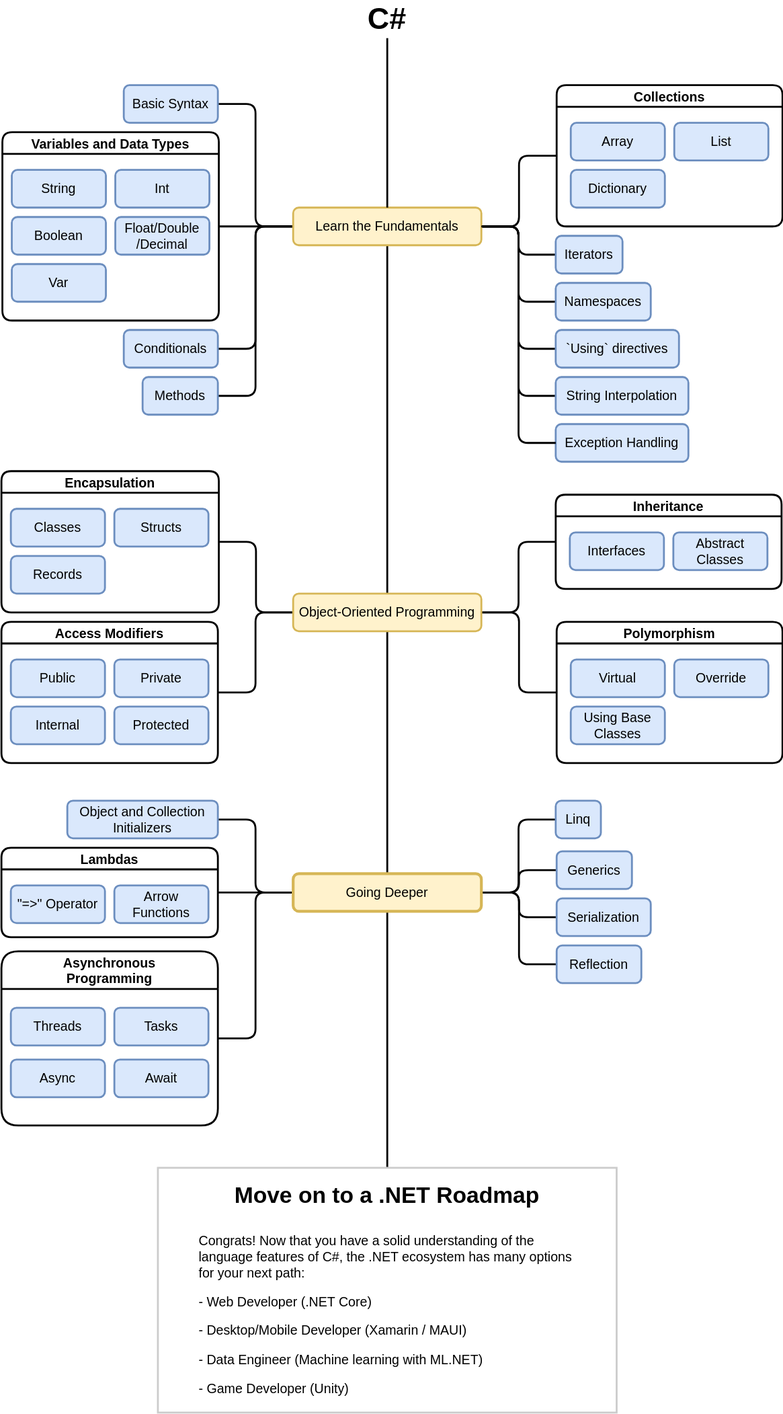
Before: csharp-roadmap.drawio.svg, a diagram exported from draw.io (gridlocdev/csharp-learning-roadmap). Source tidied: cells renumbered, new cells last; positions are measured from the earlier drawing's top-left corner, leaving out a move shared by most shapes.
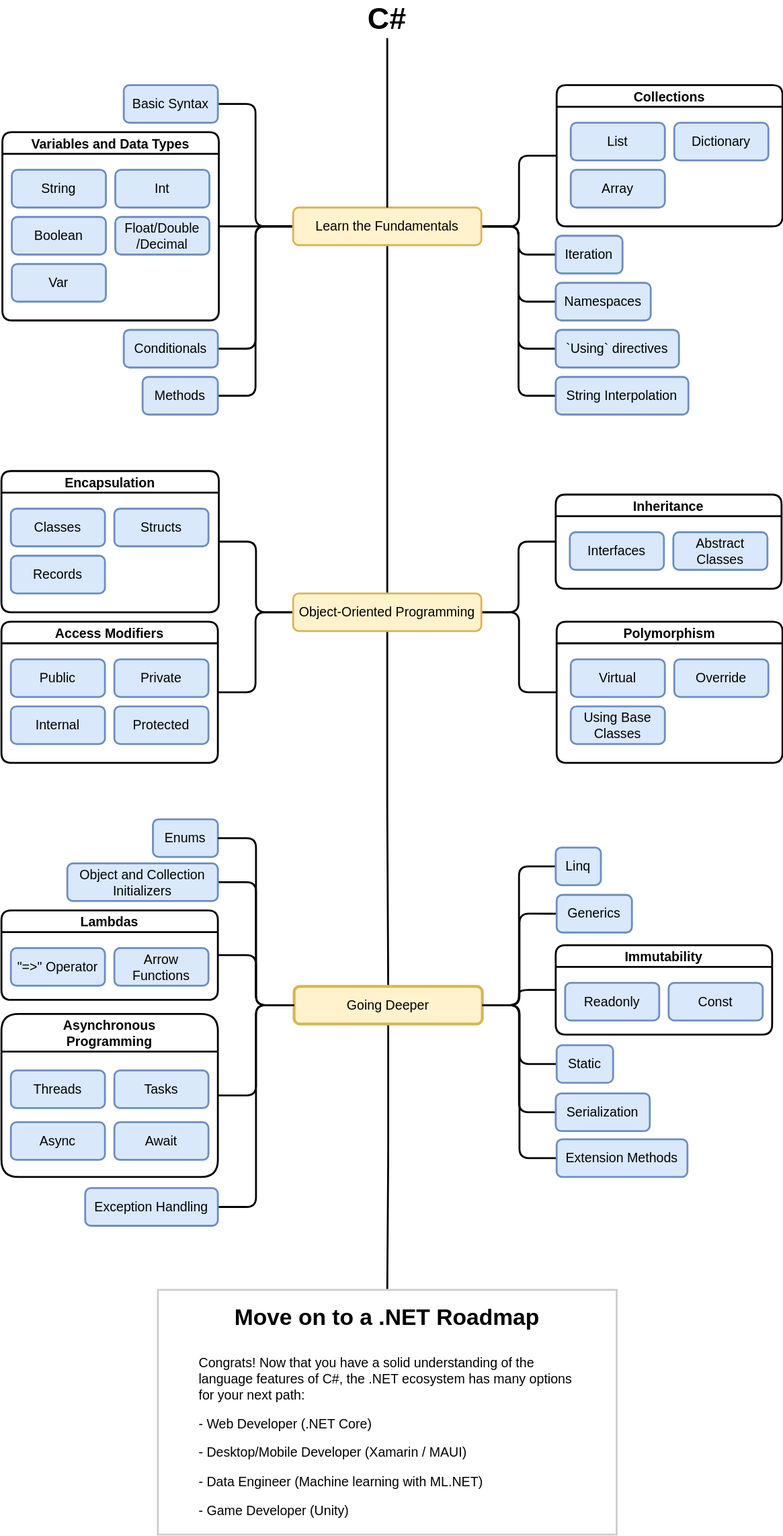
The same file after the commit.

Commit message:
Re-exported svg diagram with new changes

Diff of the diagram source:
```diff
@@ -41,7 +41,7 @@
     <mxCell id="14" value="&lt;div style=&quot;font-size: 32px&quot;&gt;&lt;font style=&quot;font-size: 32px&quot;&gt;&lt;b&gt;&lt;font style=&quot;font-size: 32px&quot;&gt;C#&lt;/font&gt;&lt;/b&gt;&lt;/font&gt;&lt;/div&gt;" style="text;html=1;strokeColor=none;fillColor=none;align=center;verticalAlign=middle;whiteSpace=wrap;rounded=0;fontSize=24;" parent="1" vertex="1">
       <mxGeometry x="375" width="70" height="40" as="geometry" />
     </mxCell>
-    <mxCell id="15" value="&lt;div style=&quot;font-size: 14px;&quot;&gt;Basic Syntax&lt;/div&gt;" style="rounded=1;whiteSpace=wrap;html=1;fillColor=#dae8fc;strokeColor=#6c8ebf;strokeWidth=2;fontSize=14;" parent="1" vertex="1">
+    <mxCell id="15" value="&lt;div style=&quot;font-size: 14px&quot;&gt;&lt;a href=&quot;https://docs.microsoft.com/en-us/dotnet/csharp/tour-of-csharp/tutorials/hello-world&quot;&gt;Basic Syntax&lt;/a&gt;&lt;/div&gt;" style="rounded=1;whiteSpace=wrap;html=1;fillColor=#dae8fc;strokeColor=#6c8ebf;strokeWidth=2;fontSize=14;" parent="1" vertex="1">
       <mxGeometry x="130" y="90" width="100" height="40" as="geometry" />
     </mxCell>
     <mxCell id="16" value="&lt;div style=&quot;font-size: 14px&quot;&gt;&lt;a href=&quot;https://docs.microsoft.com/en-us/dotnet/csharp/language-reference/statements/selection-statements&quot;&gt;Conditionals&lt;/a&gt;&lt;/div&gt;" style="rounded=1;whiteSpace=wrap;html=1;fillColor=#dae8fc;strokeColor=#6c8ebf;strokeWidth=2;fontSize=14;" parent="1" vertex="1">
@@ -53,18 +53,12 @@
     <mxCell id="18" value="&lt;a href=&quot;https://docs.microsoft.com/en-us/dotnet/csharp/fundamentals/types/namespaces&quot;&gt;Namespaces&lt;/a&gt;" style="rounded=1;whiteSpace=wrap;html=1;fillColor=#dae8fc;strokeColor=#6c8ebf;strokeWidth=2;fontSize=14;" parent="1" vertex="1">
       <mxGeometry x="589" y="300" width="101" height="40" as="geometry" />
     </mxCell>
-    <mxCell id="19" value="&lt;div style=&quot;font-size: 14px&quot;&gt;&lt;a href=&quot;https://docs.microsoft.com/en-us/dotnet/csharp/programming-guide/concepts/iterators&quot;&gt;Iterators&lt;/a&gt;&lt;/div&gt;" style="rounded=1;whiteSpace=wrap;html=1;fillColor=#dae8fc;strokeColor=#6c8ebf;strokeWidth=2;fontSize=14;" parent="1" vertex="1">
+    <mxCell id="19" value="&lt;div style=&quot;font-size: 14px&quot;&gt;&lt;a href=&quot;https://docs.microsoft.com/en-us/dotnet/csharp/programming-guide/concepts/iterators&quot;&gt;Iteration&lt;/a&gt;&lt;/div&gt;" style="rounded=1;whiteSpace=wrap;html=1;fillColor=#dae8fc;strokeColor=#6c8ebf;strokeWidth=2;fontSize=14;" parent="1" vertex="1">
       <mxGeometry x="589" y="250" width="71" height="40" as="geometry" />
     </mxCell>
     <mxCell id="20" value="&lt;div style=&quot;font-size: 14px&quot;&gt;&lt;a href=&quot;https://docs.microsoft.com/en-us/dotnet/csharp/language-reference/tokens/interpolated&quot;&gt;String Interpolation&lt;br style=&quot;font-size: 14px&quot;&gt;&lt;/a&gt;&lt;/div&gt;" style="rounded=1;whiteSpace=wrap;html=1;fillColor=#dae8fc;strokeColor=#6c8ebf;strokeWidth=2;fontSize=14;" parent="1" vertex="1">
       <mxGeometry x="589" y="400" width="141" height="40" as="geometry" />
     </mxCell>
-    <mxCell id="21" value="&lt;div style=&quot;font-size: 14px&quot;&gt;&lt;a href=&quot;https://docs.microsoft.com/en-us/dotnet/csharp/fundamentals/exceptions/exception-handling&quot;&gt;Exception Handling&lt;/a&gt;&lt;br style=&quot;font-size: 14px&quot;&gt;&lt;/div&gt;" style="rounded=1;whiteSpace=wrap;html=1;fillColor=#dae8fc;strokeColor=#6c8ebf;strokeWidth=2;fontSize=14;" parent="1" vertex="1">
-      <mxGeometry x="589" y="450" width="141" height="40" as="geometry" />
-    </mxCell>
-    <mxCell id="22" style="edgeStyle=orthogonalEdgeStyle;rounded=1;jettySize=auto;html=1;exitX=1;exitY=0.5;exitDx=0;exitDy=0;entryX=0;entryY=0.5;entryDx=0;entryDy=0;fontSize=14;endArrow=none;endFill=0;strokeWidth=2;" parent="1" edge="1" source="12" target="21">
-      <mxGeometry relative="1" as="geometry" />
-    </mxCell>
     <mxCell id="23" style="edgeStyle=orthogonalEdgeStyle;rounded=1;jettySize=auto;html=1;exitX=1;exitY=0.5;exitDx=0;exitDy=0;entryX=0;entryY=0.5;entryDx=0;entryDy=0;fontSize=14;endArrow=none;endFill=0;strokeWidth=2;" parent="1" edge="1" source="28" target="36">
       <mxGeometry relative="1" as="geometry" />
     </mxCell>
@@ -116,10 +110,10 @@
     <mxCell id="39" value="&lt;a href=&quot;https://docs.microsoft.com/en-us/dotnet/csharp/language-reference/keywords/base&quot;&gt;Using Base Classes&lt;/a&gt;" style="rounded=1;whiteSpace=wrap;html=1;fillColor=#dae8fc;strokeColor=#6c8ebf;strokeWidth=2;fontSize=14;" parent="36" vertex="1">
       <mxGeometry x="15" y="90" width="100" height="40" as="geometry" />
     </mxCell>
-    <mxCell id="40" style="edgeStyle=orthogonalEdgeStyle;rounded=1;jettySize=auto;html=1;exitX=0;exitY=0.5;exitDx=0;exitDy=0;entryX=1;entryY=0.5;entryDx=0;entryDy=0;fontSize=24;endArrow=none;endFill=0;strokeWidth=2;" parent="1" edge="1" source="48" target="50">
+    <mxCell id="40" style="edgeStyle=orthogonalEdgeStyle;rounded=1;jettySize=auto;html=1;entryX=1;entryY=0.5;entryDx=0;entryDy=0;fontSize=24;endArrow=none;endFill=0;strokeWidth=2;" parent="1" edge="1" source="48" target="50">
       <mxGeometry relative="1" as="geometry" />
     </mxCell>
-    <mxCell id="41" style="edgeStyle=orthogonalEdgeStyle;rounded=1;jettySize=auto;html=1;exitX=0;exitY=0.5;exitDx=0;exitDy=0;entryX=1;entryY=0.5;entryDx=0;entryDy=0;fontSize=24;endArrow=none;endFill=0;strokeWidth=2;" parent="1" edge="1" source="48" target="51">
+    <mxCell id="41" style="edgeStyle=orthogonalEdgeStyle;rounded=1;jettySize=auto;html=1;entryX=1;entryY=0.5;entryDx=0;entryDy=0;fontSize=24;endArrow=none;endFill=0;strokeWidth=2;" parent="1" edge="1" source="48" target="51">
       <mxGeometry relative="1" as="geometry" />
     </mxCell>
     <mxCell id="42" style="edgeStyle=orthogonalEdgeStyle;rounded=1;jettySize=auto;html=1;exitX=1;exitY=0.5;exitDx=0;exitDy=0;entryX=0;entryY=0.5;entryDx=0;entryDy=0;fontSize=24;endArrow=none;endFill=0;strokeWidth=2;" parent="1" edge="1" source="48" target="59">
@@ -137,20 +131,20 @@
     <mxCell id="46" style="edgeStyle=orthogonalEdgeStyle;rounded=1;jettySize=auto;html=1;exitX=1;exitY=0.5;exitDx=0;exitDy=0;entryX=0;entryY=0.5;entryDx=0;entryDy=0;endArrow=none;endFill=0;strokeWidth=2;" parent="1" edge="1" source="48" target="49">
       <mxGeometry relative="1" as="geometry" />
     </mxCell>
-    <mxCell id="47" style="edgeStyle=orthogonalEdgeStyle;rounded=1;jettySize=auto;html=1;exitX=0;exitY=0.5;exitDx=0;exitDy=0;entryX=1;entryY=0.5;entryDx=0;entryDy=0;endArrow=none;endFill=0;strokeWidth=2;" parent="1" edge="1" source="48" target="54">
+    <mxCell id="47" style="edgeStyle=orthogonalEdgeStyle;rounded=1;jettySize=auto;html=1;entryX=1;entryY=0.5;entryDx=0;entryDy=0;endArrow=none;endFill=0;strokeWidth=2;" parent="1" edge="1" source="48" target="54">
       <mxGeometry relative="1" as="geometry" />
     </mxCell>
     <mxCell id="48" value="&lt;font style=&quot;font-size: 14px&quot;&gt;Going Deeper&lt;/font&gt;" style="rounded=1;whiteSpace=wrap;html=1;fillColor=#fff2cc;strokeColor=#d6b656;strokeWidth=3;" parent="1" vertex="1">
-      <mxGeometry x="310" y="927.5" width="200" height="40" as="geometry" />
+      <mxGeometry x="311" y="1047.5" width="200" height="40" as="geometry" />
     </mxCell>
     <mxCell id="49" value="&lt;a href=&quot;https://docs.microsoft.com/en-us/dotnet/csharp/linq/&quot;&gt;Linq&lt;/a&gt;" style="rounded=1;whiteSpace=wrap;html=1;fillColor=#dae8fc;strokeColor=#6c8ebf;strokeWidth=2;fontSize=14;" parent="1" vertex="1">
-      <mxGeometry x="589" y="850" width="48" height="40" as="geometry" />
+      <mxGeometry x="589" y="900" width="48" height="40" as="geometry" />
     </mxCell>
     <mxCell id="50" value="&lt;a href=&quot;https://docs.microsoft.com/en-us/dotnet/csharp/programming-guide/classes-and-structs/object-and-collection-initializers&quot;&gt;Object and Collection Initializers&lt;/a&gt;" style="rounded=1;whiteSpace=wrap;html=1;fillColor=#dae8fc;strokeColor=#6c8ebf;strokeWidth=2;fontSize=14;" parent="1" vertex="1">
-      <mxGeometry x="70" y="850" width="160" height="40" as="geometry" />
+      <mxGeometry x="70" y="916.9" width="160" height="40" as="geometry" />
     </mxCell>
     <mxCell id="51" value="Lambdas" style="swimlane;rounded=1;fontSize=14;strokeWidth=2;" parent="1" vertex="1">
-      <mxGeometry y="900" width="230" height="95" as="geometry" />
+      <mxGeometry y="966.9" width="230" height="95" as="geometry" />
     </mxCell>
     <mxCell id="52" value="&lt;a href=&quot;https://docs.microsoft.com/en-us/dotnet/csharp/language-reference/operators/lambda-expressions&quot;&gt;Arrow Functions&lt;/a&gt;" style="rounded=1;whiteSpace=wrap;html=1;fillColor=#dae8fc;strokeColor=#6c8ebf;strokeWidth=2;fontSize=14;" parent="51" vertex="1">
       <mxGeometry x="120" y="40" width="100" height="40" as="geometry" />
@@ -159,7 +153,7 @@
       <mxGeometry x="10" y="40" width="100" height="40" as="geometry" />
     </mxCell>
     <mxCell id="54" value="Asynchronous &#10;Programming" style="swimlane;rounded=1;fontSize=14;strokeWidth=2;startSize=40;" parent="1" vertex="1">
-      <mxGeometry y="1010" width="230" height="185" as="geometry" />
+      <mxGeometry y="1076.9" width="230" height="173.1" as="geometry" />
     </mxCell>
     <mxCell id="55" value="&lt;a href=&quot;https://docs.microsoft.com/en-us/dotnet/csharp/programming-guide/concepts/async/&quot;&gt;Tasks&lt;/a&gt;" style="rounded=1;whiteSpace=wrap;html=1;fillColor=#dae8fc;strokeColor=#6c8ebf;strokeWidth=2;fontSize=14;" parent="54" vertex="1">
       <mxGeometry x="120" y="60" width="100" height="40" as="geometry" />
@@ -174,13 +168,13 @@
       <mxGeometry x="10" y="60" width="100" height="40" as="geometry" />
     </mxCell>
     <mxCell id="59" value="&lt;a href=&quot;https://docs.microsoft.com/en-us/dotnet/csharp/programming-guide/concepts/serialization/&quot;&gt;Serialization&lt;/a&gt;" style="rounded=1;whiteSpace=wrap;html=1;fillColor=#dae8fc;strokeColor=#6c8ebf;strokeWidth=2;fontSize=14;" parent="1" vertex="1">
-      <mxGeometry x="590" y="953.8" width="100" height="40" as="geometry" />
+      <mxGeometry x="589" y="1161.2" width="100" height="40" as="geometry" />
     </mxCell>
-    <mxCell id="60" value="&lt;a href=&quot;https://docs.microsoft.com/en-us/dotnet/csharp/programming-guide/concepts/reflection&quot;&gt;Reflection&lt;/a&gt;" style="rounded=1;whiteSpace=wrap;html=1;fillColor=#dae8fc;strokeColor=#6c8ebf;strokeWidth=2;fontSize=14;" parent="1" vertex="1">
-      <mxGeometry x="590" y="1003.8" width="90" height="40" as="geometry" />
+    <mxCell id="60" value="&lt;div&gt;&lt;a href=&quot;https://docs.microsoft.com/en-us/dotnet/csharp/programming-guide/classes-and-structs/extension-methods&quot;&gt;Extension Methods&lt;/a&gt;&lt;/div&gt;" style="rounded=1;whiteSpace=wrap;html=1;fillColor=#dae8fc;strokeColor=#6c8ebf;strokeWidth=2;fontSize=14;" parent="1" vertex="1">
+      <mxGeometry x="590" y="1210" width="139" height="40" as="geometry" />
     </mxCell>
     <mxCell id="61" value="&lt;a href=&quot;https://docs.microsoft.com/en-us/dotnet/csharp/fundamentals/types/generics&quot;&gt;Generics&lt;/a&gt;" style="rounded=1;whiteSpace=wrap;html=1;fillColor=#dae8fc;strokeColor=#6c8ebf;strokeWidth=2;fontSize=14;" parent="1" vertex="1">
-      <mxGeometry x="590" y="903.8" width="80" height="40" as="geometry" />
+      <mxGeometry x="590" y="950.3" width="80" height="40" as="geometry" />
     </mxCell>
     <mxCell id="62" value="Access Modifiers" style="swimlane;rounded=1;fontSize=14;strokeWidth=2;" parent="1" vertex="1">
       <mxGeometry y="660" width="230" height="150" as="geometry" />
@@ -201,13 +195,13 @@
       <mxGeometry x="590" y="90" width="240" height="150" as="geometry" />
     </mxCell>
     <mxCell id="68" value="&lt;a href=&quot;https://docs.microsoft.com/en-us/dotnet/csharp/programming-guide/arrays/&quot;&gt;Array&lt;/a&gt;" style="rounded=1;whiteSpace=wrap;html=1;fillColor=#dae8fc;strokeColor=#6c8ebf;strokeWidth=2;fontSize=14;" parent="67" vertex="1">
-      <mxGeometry x="15" y="40" width="100" height="40" as="geometry" />
+      <mxGeometry x="15" y="90" width="100" height="40" as="geometry" />
     </mxCell>
     <mxCell id="69" value="&lt;a href=&quot;https://docs.microsoft.com/en-us/dotnet/api/system.collections.generic.list-1&quot;&gt;List&lt;/a&gt;" style="rounded=1;whiteSpace=wrap;html=1;fillColor=#dae8fc;strokeColor=#6c8ebf;strokeWidth=2;fontSize=14;" parent="67" vertex="1">
-      <mxGeometry x="125" y="40" width="100" height="40" as="geometry" />
+      <mxGeometry x="15" y="40" width="100" height="40" as="geometry" />
     </mxCell>
     <mxCell id="70" value="&lt;a href=&quot;https://docs.microsoft.com/en-us/dotnet/api/system.collections.generic.dictionary-2&quot;&gt;Dictionary&lt;/a&gt;" style="rounded=1;whiteSpace=wrap;html=1;fillColor=#dae8fc;strokeColor=#6c8ebf;strokeWidth=2;fontSize=14;" parent="67" vertex="1">
-      <mxGeometry x="15" y="90" width="100" height="40" as="geometry" />
+      <mxGeometry x="125" y="40" width="100" height="40" as="geometry" />
     </mxCell>
     <mxCell id="71" value="Variables and Data Types" style="swimlane;rounded=1;fontSize=14;strokeWidth=2;" parent="1" vertex="1">
       <mxGeometry x="1" y="140" width="230" height="200" as="geometry" />
@@ -231,7 +225,37 @@
       <mxGeometry x="589" y="350" width="131" height="40" as="geometry" />
     </mxCell>
     <mxCell id="78" value="&lt;h1 style=&quot;line-height: 2&quot; align=&quot;center&quot;&gt;Move on to a .NET Roadmap&lt;br&gt;&lt;/h1&gt;&lt;div align=&quot;left&quot;&gt;&lt;blockquote&gt;&lt;p style=&quot;font-size: 14px&quot;&gt;&lt;font style=&quot;font-size: 14px&quot;&gt;Congrats! Now that you have a solid understanding of the language features of C#, the .NET ecosystem has many options for your next path:&lt;/font&gt;&lt;/p&gt;&lt;/blockquote&gt;&lt;/div&gt;&lt;blockquote&gt;&lt;p style=&quot;font-size: 14px&quot; align=&quot;left&quot;&gt;&lt;font style=&quot;font-size: 14px&quot;&gt;- Web Developer (.NET Core)&lt;br&gt;&lt;/font&gt;&lt;/p&gt;&lt;p style=&quot;font-size: 14px&quot; align=&quot;left&quot;&gt;&lt;font style=&quot;font-size: 14px&quot;&gt;- Desktop/Mobile Developer (Xamarin / MAUI)&lt;br&gt;&lt;/font&gt;&lt;/p&gt;&lt;p style=&quot;font-size: 14px&quot; align=&quot;left&quot;&gt;&lt;font style=&quot;font-size: 14px&quot;&gt;- Data Engineer (Machine learning with ML.NET)&lt;br&gt;&lt;/font&gt;&lt;/p&gt;&lt;p style=&quot;font-size: 14px&quot; align=&quot;left&quot;&gt;&lt;font style=&quot;font-size: 14px&quot;&gt;- Game Developer (Unity)&lt;/font&gt;&lt;br&gt;&lt;/p&gt;&lt;/blockquote&gt;" style="text;html=1;spacing=5;spacingTop=-20;whiteSpace=wrap;overflow=hidden;rounded=0;strokeColor=#CCCCCC;strokeWidth=2;glass=0;fillColor=default;align=center;" parent="1" vertex="1">
-      <mxGeometry x="166.2" y="1240" width="487.5" height="260" as="geometry" />
+      <mxGeometry x="166.2" y="1370" width="487.5" height="260" as="geometry" />
     </mxCell>
+    <mxCell id="79" style="edgeStyle=orthogonalEdgeStyle;rounded=1;jettySize=auto;html=1;entryX=0;entryY=0.5;entryDx=0;entryDy=0;endArrow=none;endFill=0;strokeWidth=2;" parent="1" edge="1" source="48" target="85">
+      <mxGeometry relative="1" as="geometry" />
+    </mxCell>
+    <mxCell id="80" value="Immutability" style="swimlane;rounded=1;fontSize=14;strokeWidth=2;startSize=23;" parent="1" vertex="1">
+      <mxGeometry x="589" y="1003.8" width="230" height="95" as="geometry" />
+    </mxCell>
+    <mxCell id="81" value="&lt;a href=&quot;https://docs.microsoft.com/en-us/dotnet/csharp/language-reference/keywords/const&quot;&gt;Const&lt;/a&gt;" style="rounded=1;whiteSpace=wrap;html=1;fillColor=#dae8fc;strokeColor=#6c8ebf;strokeWidth=2;fontSize=14;" parent="80" vertex="1">
+      <mxGeometry x="120" y="40" width="100" height="40" as="geometry" />
+    </mxCell>
+    <mxCell id="82" value="&lt;a href=&quot;https://docs.microsoft.com/en-us/dotnet/csharp/language-reference/keywords/readonly&quot;&gt;Readonly&lt;/a&gt;" style="rounded=1;whiteSpace=wrap;html=1;fillColor=#dae8fc;strokeColor=#6c8ebf;strokeWidth=2;fontSize=14;" parent="80" vertex="1">
+      <mxGeometry x="10" y="40" width="100" height="40" as="geometry" />
+    </mxCell>
+    <mxCell id="83" style="edgeStyle=orthogonalEdgeStyle;rounded=1;jettySize=auto;html=1;entryX=0;entryY=0.5;entryDx=0;entryDy=0;endArrow=none;endFill=0;strokeWidth=2;" parent="1" edge="1" source="48" target="80">
+      <mxGeometry relative="1" as="geometry" />
+    </mxCell>
+    <mxCell id="84" style="edgeStyle=orthogonalEdgeStyle;rounded=1;jettySize=auto;html=1;endArrow=none;endFill=0;strokeWidth=2;entryX=1;entryY=0.5;entryDx=0;entryDy=0;" parent="1" edge="1" source="48" target="21">
+      <mxGeometry relative="1" as="geometry" />
+    </mxCell>
+    <mxCell id="21" value="&lt;div style=&quot;font-size: 14px&quot;&gt;&lt;a href=&quot;https://docs.microsoft.com/en-us/dotnet/csharp/fundamentals/exceptions/exception-handling&quot;&gt;Exception Handling&lt;/a&gt;&lt;br style=&quot;font-size: 14px&quot;&gt;&lt;/div&gt;" style="rounded=1;whiteSpace=wrap;html=1;fillColor=#dae8fc;strokeColor=#6c8ebf;strokeWidth=2;fontSize=14;" parent="1" vertex="1">
+      <mxGeometry x="89" y="1261.9" width="141" height="40" as="geometry" />
+    </mxCell>
+    <mxCell id="85" value="&lt;a href=&quot;https://docs.microsoft.com/en-us/dotnet/csharp/language-reference/keywords/static&quot;&gt;Static&lt;/a&gt;" style="rounded=1;whiteSpace=wrap;html=1;fillColor=#dae8fc;strokeColor=#6c8ebf;strokeWidth=2;fontSize=14;" parent="1" vertex="1">
+      <mxGeometry x="590" y="1110" width="60" height="40" as="geometry" />
+    </mxCell>
+    <mxCell id="86" value="&lt;a href=&quot;https://docs.microsoft.com/en-us/dotnet/csharp/language-reference/builtin-types/enum&quot;&gt;Enums&lt;/a&gt;" style="rounded=1;whiteSpace=wrap;html=1;fillColor=#dae8fc;strokeColor=#6c8ebf;strokeWidth=2;fontSize=14;" parent="1" vertex="1">
+      <mxGeometry x="161" y="870" width="69" height="40" as="geometry" />
+    </mxCell>
+    <mxCell id="87" style="edgeStyle=orthogonalEdgeStyle;rounded=1;jettySize=auto;html=1;fontSize=24;endArrow=none;endFill=0;strokeWidth=2;entryX=1;entryY=0.5;entryDx=0;entryDy=0;" parent="1" edge="1" source="48" target="86">
+      <mxGeometry relative="1" as="geometry" />
+    </mxCell>
   </root>
 </mxGraphModel>
```
